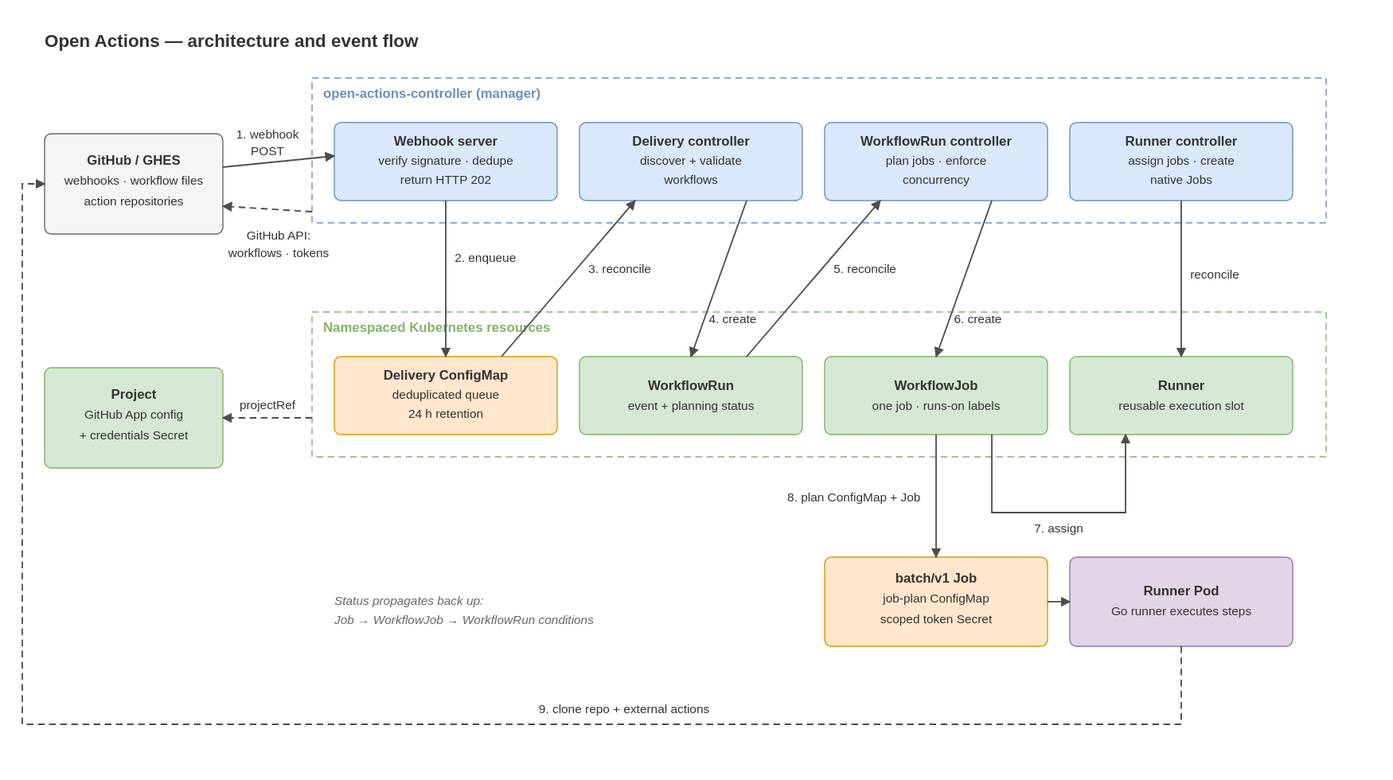
The draw.io diagram docs/architecture.drawio.svg in kelos-dev/open-actions, before a commit. Source tidied: cells renumbered, new cells last; positions are measured from the earlier drawing's top-left corner, leaving out a move shared by most shapes.
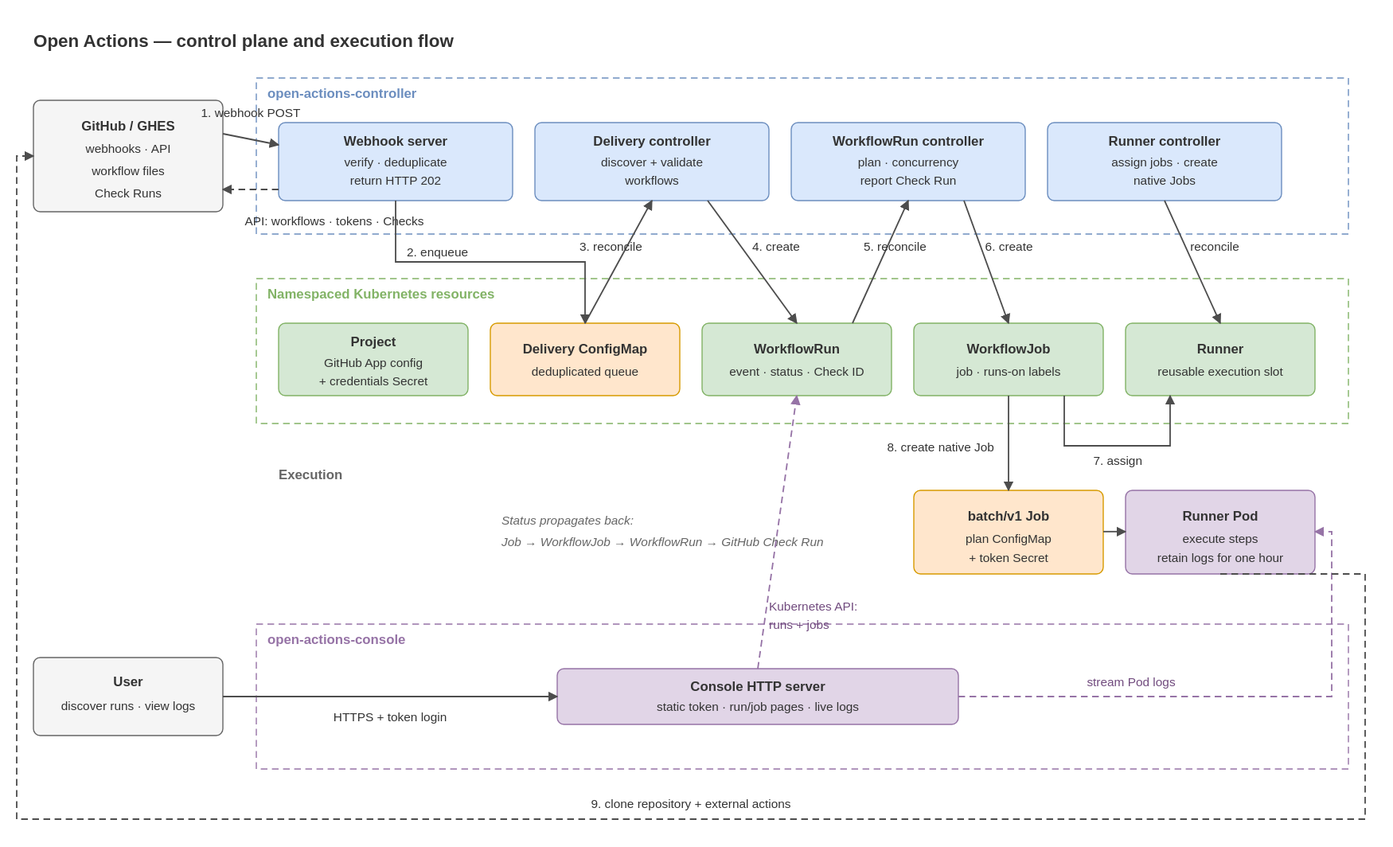
After the change.

What changed in the source:
```diff
@@ -2,103 +2,104 @@
   <root>
     <mxCell id="0" />
     <mxCell id="1" parent="0" />
-    <mxCell id="2" value="&lt;b&gt;Open Actions — architecture and event flow&lt;/b&gt;" style="text;html=1;fontSize=16;fontColor=#333333;" parent="1" vertex="1">
-      <mxGeometry x="20" width="440" height="30" as="geometry" />
+    <mxCell id="2" value="&lt;b&gt;Open Actions — control plane and execution flow&lt;/b&gt;" style="text;html=1;fontSize=16;fontColor=#333333;" parent="1" vertex="1">
+      <mxGeometry x="10" width="500" height="30" as="geometry" />
     </mxCell>
-    <mxCell id="3" value="open-actions-controller (manager)" style="rounded=0;html=1;fillColor=none;strokeColor=#6C8EBF;dashed=1;verticalAlign=top;align=left;spacingLeft=8;spacingTop=2;fontStyle=1;fontColor=#6C8EBF;" parent="1" vertex="1">
-      <mxGeometry x="260" y="50" width="910" height="130" as="geometry" />
-    </mxCell>
+    <mxCell id="31" value="open-actions-controller" style="rounded=0;html=1;fillColor=none;strokeColor=#6C8EBF;dashed=1;verticalAlign=top;align=left;spacingLeft=8;spacingTop=2;fontStyle=1;fontColor=#6C8EBF;" parent="1" vertex="1">
+      <mxGeometry x="210" y="50" width="980" height="140" as="geometry" />
+    </mxCell>
+    <mxCell id="32" value="open-actions-console" style="rounded=0;html=1;fillColor=none;strokeColor=#9673A6;dashed=1;verticalAlign=top;align=left;spacingLeft=8;spacingTop=2;fontStyle=1;fontColor=#9673A6;" parent="1" vertex="1">
+      <mxGeometry x="210" y="540" width="980" height="130" as="geometry" />
+    </mxCell>
     <mxCell id="4" value="Namespaced Kubernetes resources" style="rounded=0;html=1;fillColor=none;strokeColor=#82B366;dashed=1;verticalAlign=top;align=left;spacingLeft=8;spacingTop=2;fontStyle=1;fontColor=#82B366;" parent="1" vertex="1">
-      <mxGeometry x="260" y="260" width="910" height="130" as="geometry" />
+      <mxGeometry x="210" y="230" width="980" height="130" as="geometry" />
     </mxCell>
-    <mxCell id="5" value="&lt;b&gt;GitHub / GHES&lt;/b&gt;&lt;br&gt;webhooks · workflow files&lt;br&gt;action repositories" style="rounded=1;whiteSpace=wrap;html=1;fillColor=#F5F5F5;strokeColor=#666666;fontColor=#333333;fontSize=11;" parent="1" vertex="1">
-      <mxGeometry x="20" y="100" width="160" height="90" as="geometry" />
+    <mxCell id="5" value="&lt;b&gt;GitHub / GHES&lt;/b&gt;&lt;br&gt;webhooks · API&lt;br&gt;workflow files · Check Runs" style="rounded=1;whiteSpace=wrap;html=1;fillColor=#F5F5F5;strokeColor=#666666;fontColor=#333333;fontSize=11;" parent="1" vertex="1">
+      <mxGeometry x="10" y="70" width="170" height="100" as="geometry" />
     </mxCell>
+    <mxCell id="33" value="&lt;b&gt;User&lt;/b&gt;&lt;br&gt;discover runs · view logs" style="rounded=1;whiteSpace=wrap;html=1;fillColor=#F5F5F5;strokeColor=#666666;fontColor=#333333;fontSize=11;" parent="1" vertex="1">
+      <mxGeometry x="10" y="570" width="170" height="70" as="geometry" />
+    </mxCell>
+    <mxCell id="34" value="&lt;b&gt;Webhook server&lt;/b&gt;&lt;br&gt;verify · deduplicate&lt;br&gt;return HTTP 202" style="rounded=1;whiteSpace=wrap;html=1;fillColor=#DAE8FC;strokeColor=#6C8EBF;fontColor=#333333;fontSize=11;" parent="1" vertex="1">
+      <mxGeometry x="230" y="90" width="210" height="70" as="geometry" />
+    </mxCell>
+    <mxCell id="8" value="&lt;b&gt;Delivery controller&lt;/b&gt;&lt;br&gt;discover + validate&lt;br&gt;workflows" style="rounded=1;whiteSpace=wrap;html=1;fillColor=#DAE8FC;strokeColor=#6C8EBF;fontColor=#333333;fontSize=11;" parent="1" vertex="1">
+      <mxGeometry x="460" y="90" width="210" height="70" as="geometry" />
+    </mxCell>
+    <mxCell id="35" value="&lt;b&gt;WorkflowRun controller&lt;/b&gt;&lt;br&gt;plan · concurrency&lt;br&gt;report Check Run" style="rounded=1;whiteSpace=wrap;html=1;fillColor=#DAE8FC;strokeColor=#6C8EBF;fontColor=#333333;fontSize=11;" parent="1" vertex="1">
+      <mxGeometry x="690" y="90" width="210" height="70" as="geometry" />
+    </mxCell>
+    <mxCell id="10" value="&lt;b&gt;Runner controller&lt;/b&gt;&lt;br&gt;assign jobs · create&lt;br&gt;native Jobs" style="rounded=1;whiteSpace=wrap;html=1;fillColor=#DAE8FC;strokeColor=#6C8EBF;fontColor=#333333;fontSize=11;" parent="1" vertex="1">
+      <mxGeometry x="920" y="90" width="210" height="70" as="geometry" />
+    </mxCell>
+    <mxCell id="36" value="&lt;b&gt;Console HTTP server&lt;/b&gt;&lt;br&gt;static token · run/job pages · live logs" style="rounded=1;whiteSpace=wrap;html=1;fillColor=#E1D5E7;strokeColor=#9673A6;fontColor=#333333;fontSize=11;" parent="1" vertex="1">
+      <mxGeometry x="480" y="580" width="360" height="50" as="geometry" />
+    </mxCell>
     <mxCell id="6" value="&lt;b&gt;Project&lt;/b&gt;&lt;br&gt;GitHub App config&lt;br&gt;+ credentials Secret" style="rounded=1;whiteSpace=wrap;html=1;fillColor=#D5E8D4;strokeColor=#82B366;fontColor=#333333;fontSize=11;" parent="1" vertex="1">
-      <mxGeometry x="20" y="310" width="160" height="90" as="geometry" />
+      <mxGeometry x="230" y="270" width="170" height="65" as="geometry" />
     </mxCell>
-    <mxCell id="7" value="&lt;b&gt;Webhook server&lt;/b&gt;&lt;br&gt;verify signature · dedupe&lt;br&gt;return HTTP 202" style="rounded=1;whiteSpace=wrap;html=1;fillColor=#DAE8FC;strokeColor=#6C8EBF;fontColor=#333333;fontSize=11;" parent="1" vertex="1">
-      <mxGeometry x="280" y="90" width="200" height="70" as="geometry" />
-    </mxCell>
-    <mxCell id="8" value="&lt;b&gt;Delivery controller&lt;/b&gt;&lt;br&gt;discover + validate&lt;br&gt;workflows" style="rounded=1;whiteSpace=wrap;html=1;fillColor=#DAE8FC;strokeColor=#6C8EBF;fontColor=#333333;fontSize=11;" parent="1" vertex="1">
-      <mxGeometry x="500" y="90" width="200" height="70" as="geometry" />
-    </mxCell>
-    <mxCell id="9" value="&lt;b&gt;WorkflowRun controller&lt;/b&gt;&lt;br&gt;plan jobs · enforce&lt;br&gt;concurrency" style="rounded=1;whiteSpace=wrap;html=1;fillColor=#DAE8FC;strokeColor=#6C8EBF;fontColor=#333333;fontSize=11;" parent="1" vertex="1">
-      <mxGeometry x="720" y="90" width="200" height="70" as="geometry" />
-    </mxCell>
-    <mxCell id="10" value="&lt;b&gt;Runner controller&lt;/b&gt;&lt;br&gt;assign jobs · create&lt;br&gt;native Jobs" style="rounded=1;whiteSpace=wrap;html=1;fillColor=#DAE8FC;strokeColor=#6C8EBF;fontColor=#333333;fontSize=11;" parent="1" vertex="1">
-      <mxGeometry x="940" y="90" width="200" height="70" as="geometry" />
-    </mxCell>
-    <mxCell id="11" value="&lt;b&gt;Delivery ConfigMap&lt;/b&gt;&lt;br&gt;deduplicated queue&lt;br&gt;24 h retention" style="rounded=1;whiteSpace=wrap;html=1;fillColor=#FFE6CC;strokeColor=#D79B00;fontColor=#333333;fontSize=11;" parent="1" vertex="1">
-      <mxGeometry x="280" y="300" width="200" height="70" as="geometry" />
-    </mxCell>
-    <mxCell id="12" value="&lt;b&gt;WorkflowRun&lt;/b&gt;&lt;br&gt;event + planning status" style="rounded=1;whiteSpace=wrap;html=1;fillColor=#D5E8D4;strokeColor=#82B366;fontColor=#333333;fontSize=11;" parent="1" vertex="1">
-      <mxGeometry x="500" y="300" width="200" height="70" as="geometry" />
-    </mxCell>
-    <mxCell id="13" value="&lt;b&gt;WorkflowJob&lt;/b&gt;&lt;br&gt;one job · runs-on labels" style="rounded=1;whiteSpace=wrap;html=1;fillColor=#D5E8D4;strokeColor=#82B366;fontColor=#333333;fontSize=11;" parent="1" vertex="1">
-      <mxGeometry x="720" y="300" width="200" height="70" as="geometry" />
-    </mxCell>
+    <mxCell id="37" value="&lt;b&gt;Delivery ConfigMap&lt;/b&gt;&lt;br&gt;deduplicated queue" style="rounded=1;whiteSpace=wrap;html=1;fillColor=#FFE6CC;strokeColor=#D79B00;fontColor=#333333;fontSize=11;" parent="1" vertex="1">
+      <mxGeometry x="420" y="270" width="170" height="65" as="geometry" />
+    </mxCell>
+    <mxCell id="38" value="&lt;b&gt;WorkflowRun&lt;/b&gt;&lt;br&gt;event · status · Check ID" style="rounded=1;whiteSpace=wrap;html=1;fillColor=#D5E8D4;strokeColor=#82B366;fontColor=#333333;fontSize=11;" parent="1" vertex="1">
+      <mxGeometry x="610" y="270" width="170" height="65" as="geometry" />
+    </mxCell>
+    <mxCell id="39" value="&lt;b&gt;WorkflowJob&lt;/b&gt;&lt;br&gt;job · runs-on labels" style="rounded=1;whiteSpace=wrap;html=1;fillColor=#D5E8D4;strokeColor=#82B366;fontColor=#333333;fontSize=11;" parent="1" vertex="1">
+      <mxGeometry x="800" y="270" width="170" height="65" as="geometry" />
+    </mxCell>
     <mxCell id="14" value="&lt;b&gt;Runner&lt;/b&gt;&lt;br&gt;reusable execution slot" style="rounded=1;whiteSpace=wrap;html=1;fillColor=#D5E8D4;strokeColor=#82B366;fontColor=#333333;fontSize=11;" parent="1" vertex="1">
-      <mxGeometry x="940" y="300" width="200" height="70" as="geometry" />
+      <mxGeometry x="990" y="270" width="170" height="65" as="geometry" />
     </mxCell>
-    <mxCell id="15" value="&lt;b&gt;batch/v1 Job&lt;/b&gt;&lt;br&gt;job-plan ConfigMap&lt;br&gt;scoped token Secret" style="rounded=1;whiteSpace=wrap;html=1;fillColor=#FFE6CC;strokeColor=#D79B00;fontColor=#333333;fontSize=11;" parent="1" vertex="1">
-      <mxGeometry x="720" y="480" width="200" height="80" as="geometry" />
-    </mxCell>
+    <mxCell id="40" value="&lt;b&gt;batch/v1 Job&lt;/b&gt;&lt;br&gt;plan ConfigMap + token Secret" style="rounded=1;whiteSpace=wrap;html=1;fillColor=#FFE6CC;strokeColor=#D79B00;fontColor=#333333;fontSize=11;" parent="1" vertex="1">
+      <mxGeometry x="800" y="420" width="170" height="75" as="geometry" />
+    </mxCell>
-    <mxCell id="16" value="&lt;b&gt;Runner Pod&lt;/b&gt;&lt;br&gt;Go runner executes steps" style="rounded=1;whiteSpace=wrap;html=1;fillColor=#E1D5E7;strokeColor=#9673A6;fontColor=#333333;fontSize=11;" parent="1" vertex="1">
-      <mxGeometry x="940" y="480" width="200" height="80" as="geometry" />
+    <mxCell id="16" value="&lt;b&gt;Runner Pod&lt;/b&gt;&lt;br&gt;execute steps + retain logs" style="rounded=1;whiteSpace=wrap;html=1;fillColor=#E1D5E7;strokeColor=#9673A6;fontColor=#333333;fontSize=11;" parent="1" vertex="1">
+      <mxGeometry x="990" y="420" width="170" height="75" as="geometry" />
     </mxCell>
-    <mxCell id="17" value="Status propagates back up:&lt;br&gt;Job → WorkflowJob → WorkflowRun conditions" style="text;html=1;fontColor=#666666;fontStyle=2;fontSize=11;align=left;" parent="1" vertex="1">
-      <mxGeometry x="280" y="508" width="340" height="40" as="geometry" />
-    </mxCell>
-    <mxCell id="18" value="1. webhook POST" style="html=1;rounded=0;strokeColor=#4D4D4D;fontColor=#333333;fontSize=11;exitX=1;exitY=0.33;exitDx=0;exitDy=0;entryX=0;entryY=0.43;entryDx=0;entryDy=0;" parent="1" edge="1" source="5" target="7">
+    <mxCell id="18" value="1. webhook POST" style="edgeStyle=orthogonalEdgeStyle;html=1;strokeColor=#4D4D4D;fontColor=#333333;fontSize=11;" parent="1" edge="1" source="5" target="34">
       <mxGeometry relative="1" as="geometry" />
     </mxCell>
-    <mxCell id="19" value="GitHub API:&lt;br&gt;workflows · tokens" style="html=1;rounded=0;strokeColor=#4D4D4D;fontColor=#333333;fontSize=11;dashed=1;exitX=0;exitY=0.92;exitDx=0;exitDy=0;entryX=1;entryY=0.72;entryDx=0;entryDy=0;" parent="1" edge="1" source="3" target="5">
-      <mxGeometry relative="1" as="geometry" />
-    </mxCell>
+    <mxCell id="41" value="API: workflows · tokens · Checks" style="edgeStyle=orthogonalEdgeStyle;html=1;dashed=1;strokeColor=#4D4D4D;fontColor=#333333;fontSize=11;" parent="1" edge="1" source="35" target="5">
+      <mxGeometry relative="1" as="geometry" />
+    </mxCell>
+    <mxCell id="42" value="HTTPS + token login" style="edgeStyle=orthogonalEdgeStyle;html=1;strokeColor=#4D4D4D;fontColor=#333333;fontSize=11;" parent="1" edge="1" source="33" target="36">
+      <mxGeometry relative="1" as="geometry" />
+    </mxCell>
+    <mxCell id="43" value="Kubernetes API: runs + jobs" style="edgeStyle=orthogonalEdgeStyle;html=1;dashed=1;strokeColor=#9673A6;fontColor=#333333;fontSize=11;" parent="1" edge="1" source="36" target="38">
+      <mxGeometry relative="1" as="geometry" />
+    </mxCell>
+    <mxCell id="44" value="stream Pod logs" style="edgeStyle=orthogonalEdgeStyle;html=1;dashed=1;strokeColor=#9673A6;fontColor=#333333;fontSize=11;" parent="1" edge="1" source="36" target="16">
+      <mxGeometry relative="1" as="geometry" />
+    </mxCell>
-    <mxCell id="20" value="2. enqueue" style="html=1;rounded=0;strokeColor=#4D4D4D;fontColor=#333333;fontSize=11;exitX=0.5;exitY=1;exitDx=0;exitDy=0;entryX=0.5;entryY=0;entryDx=0;entryDy=0;" parent="1" edge="1" source="7" target="11">
+    <mxCell id="20" value="2. enqueue" style="edgeStyle=orthogonalEdgeStyle;html=1;strokeColor=#4D4D4D;fontColor=#333333;fontSize=11;" parent="1" edge="1" source="34" target="37">
       <mxGeometry relative="1" as="geometry" />
     </mxCell>
-    <mxCell id="21" value="3. reconcile" style="html=1;rounded=0;strokeColor=#4D4D4D;fontColor=#333333;fontSize=11;exitX=0.75;exitY=0;exitDx=0;exitDy=0;entryX=0.25;entryY=1;entryDx=0;entryDy=0;" parent="1" edge="1" source="11" target="8">
+    <mxCell id="21" value="3. reconcile" style="edgeStyle=orthogonalEdgeStyle;html=1;strokeColor=#4D4D4D;fontColor=#333333;fontSize=11;" parent="1" edge="1" source="37" target="8">
       <mxGeometry relative="1" as="geometry" />
     </mxCell>
-    <mxCell id="22" value="4. create" style="html=1;rounded=0;strokeColor=#4D4D4D;fontColor=#333333;fontSize=11;exitX=0.75;exitY=1;exitDx=0;exitDy=0;entryX=0.5;entryY=0;entryDx=0;entryDy=0;" parent="1" edge="1" source="8" target="12">
+    <mxCell id="22" value="4. create" style="edgeStyle=orthogonalEdgeStyle;html=1;strokeColor=#4D4D4D;fontColor=#333333;fontSize=11;" parent="1" edge="1" source="8" target="38">
       <mxGeometry relative="1" as="geometry" />
     </mxCell>
-    <mxCell id="23" value="5. reconcile" style="html=1;rounded=0;strokeColor=#4D4D4D;fontColor=#333333;fontSize=11;exitX=0.75;exitY=0;exitDx=0;exitDy=0;entryX=0.25;entryY=1;entryDx=0;entryDy=0;" parent="1" edge="1" source="12" target="9">
+    <mxCell id="23" value="5. reconcile" style="edgeStyle=orthogonalEdgeStyle;html=1;strokeColor=#4D4D4D;fontColor=#333333;fontSize=11;" parent="1" edge="1" source="38" target="35">
       <mxGeometry relative="1" as="geometry" />
     </mxCell>
-    <mxCell id="24" value="6. create" style="html=1;rounded=0;strokeColor=#4D4D4D;fontColor=#333333;fontSize=11;exitX=0.75;exitY=1;exitDx=0;exitDy=0;entryX=0.5;entryY=0;entryDx=0;entryDy=0;" parent="1" edge="1" source="9" target="13">
+    <mxCell id="24" value="6. create" style="edgeStyle=orthogonalEdgeStyle;html=1;strokeColor=#4D4D4D;fontColor=#333333;fontSize=11;" parent="1" edge="1" source="35" target="39">
       <mxGeometry relative="1" as="geometry" />
     </mxCell>
-    <mxCell id="25" value="7. assign" style="html=1;rounded=0;strokeColor=#4D4D4D;fontColor=#333333;fontSize=11;exitX=0.75;exitY=1;exitDx=0;exitDy=0;entryX=0.25;entryY=1;entryDx=0;entryDy=0;" parent="1" edge="1" source="13" target="14">
-      <mxGeometry relative="1" as="geometry">
-        <Array as="points">
-          <mxPoint x="870" y="440" />
-          <mxPoint x="990" y="440" />
-        </Array>
-      </mxGeometry>
+    <mxCell id="25" value="7. assign" style="edgeStyle=orthogonalEdgeStyle;html=1;strokeColor=#4D4D4D;fontColor=#333333;fontSize=11;" parent="1" edge="1" source="39" target="14">
+      <mxGeometry relative="1" as="geometry" />
     </mxCell>
-    <mxCell id="26" value="reconcile" style="html=1;rounded=0;strokeColor=#4D4D4D;fontColor=#333333;fontSize=11;exitX=0.5;exitY=1;exitDx=0;exitDy=0;entryX=0.5;entryY=0;entryDx=0;entryDy=0;" parent="1" edge="1" source="10" target="14">
+    <mxCell id="26" value="reconcile" style="edgeStyle=orthogonalEdgeStyle;html=1;strokeColor=#4D4D4D;fontColor=#333333;fontSize=11;" parent="1" edge="1" source="10" target="14">
       <mxGeometry relative="1" as="geometry" />
     </mxCell>
-    <mxCell id="27" value="8. plan ConfigMap + Job" style="html=1;rounded=0;strokeColor=#4D4D4D;fontColor=#333333;fontSize=11;exitX=0.5;exitY=1;exitDx=0;exitDy=0;entryX=0.5;entryY=0;entryDx=0;entryDy=0;" parent="1" edge="1" source="13" target="15">
-      <mxGeometry relative="1" as="geometry" />
-    </mxCell>
-    <mxCell id="28" style="html=1;rounded=0;strokeColor=#4D4D4D;fontColor=#333333;fontSize=11;exitX=1;exitY=0.5;exitDx=0;exitDy=0;entryX=0;entryY=0.5;entryDx=0;entryDy=0;" parent="1" edge="1" source="15" target="16">
-      <mxGeometry relative="1" as="geometry" />
-    </mxCell>
+    <mxCell id="45" value="8. create native Job" style="edgeStyle=orthogonalEdgeStyle;html=1;strokeColor=#4D4D4D;fontColor=#333333;fontSize=11;" parent="1" edge="1" source="39" target="40">
+      <mxGeometry relative="1" as="geometry" />
+    </mxCell>
+    <mxCell id="46" style="edgeStyle=orthogonalEdgeStyle;html=1;strokeColor=#4D4D4D;" parent="1" edge="1" source="40" target="16">
+      <mxGeometry relative="1" as="geometry" />
+    </mxCell>
-    <mxCell id="29" value="9. clone repo + external actions" style="html=1;rounded=0;strokeColor=#4D4D4D;fontColor=#333333;fontSize=11;dashed=1;exitX=0.5;exitY=1;exitDx=0;exitDy=0;entryX=0;entryY=0.5;entryDx=0;entryDy=0;" parent="1" edge="1" source="16" target="5">
-      <mxGeometry relative="1" as="geometry">
-        <Array as="points">
-          <mxPoint x="1040" y="630" />
-          <mxPoint y="630" />
-          <mxPoint y="145" />
-        </Array>
-      </mxGeometry>
+    <mxCell id="29" value="9. clone repository + actions" style="edgeStyle=orthogonalEdgeStyle;html=1;dashed=1;strokeColor=#4D4D4D;fontColor=#333333;fontSize=11;" parent="1" edge="1" source="16" target="5">
+      <mxGeometry relative="1" as="geometry" />
     </mxCell>
-    <mxCell id="30" value="projectRef" style="html=1;rounded=0;strokeColor=#4D4D4D;fontColor=#333333;fontSize=11;dashed=1;exitX=0;exitY=0.73;exitDx=0;exitDy=0;entryX=1;entryY=0.5;entryDx=0;entryDy=0;" parent="1" edge="1" source="4" target="6">
-      <mxGeometry relative="1" as="geometry" />
-    </mxCell>
   </root>
 </mxGraphModel>
```
